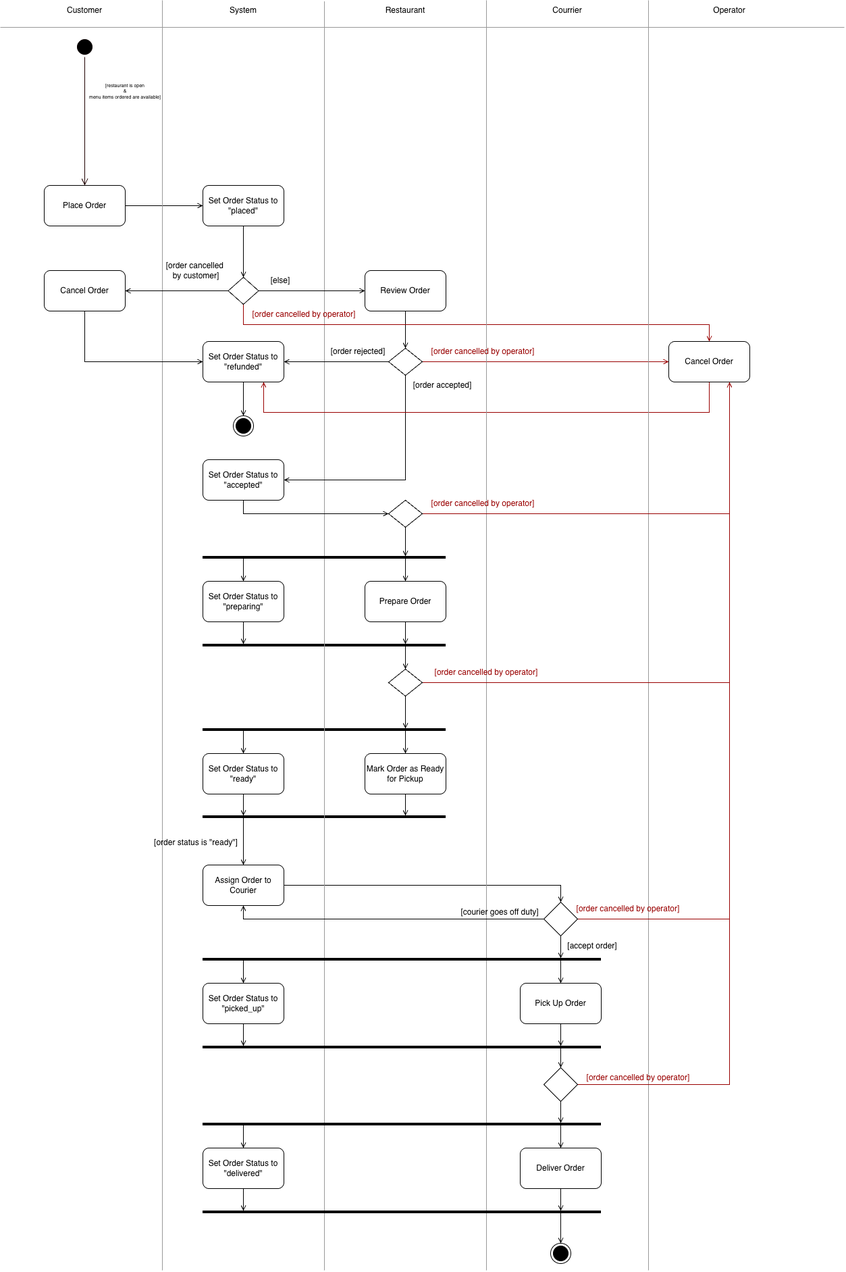
AnaisPerron/SOEN343-Council keeps this draw.io diagram as Documents/Diagrams/activity-diagrams/Activity Diagram - Order.png. Above is the earlier version. Source tidied: cells renumbered, new cells last; positions are measured from the earlier drawing's top-left corner, leaving out a move shared by most shapes.
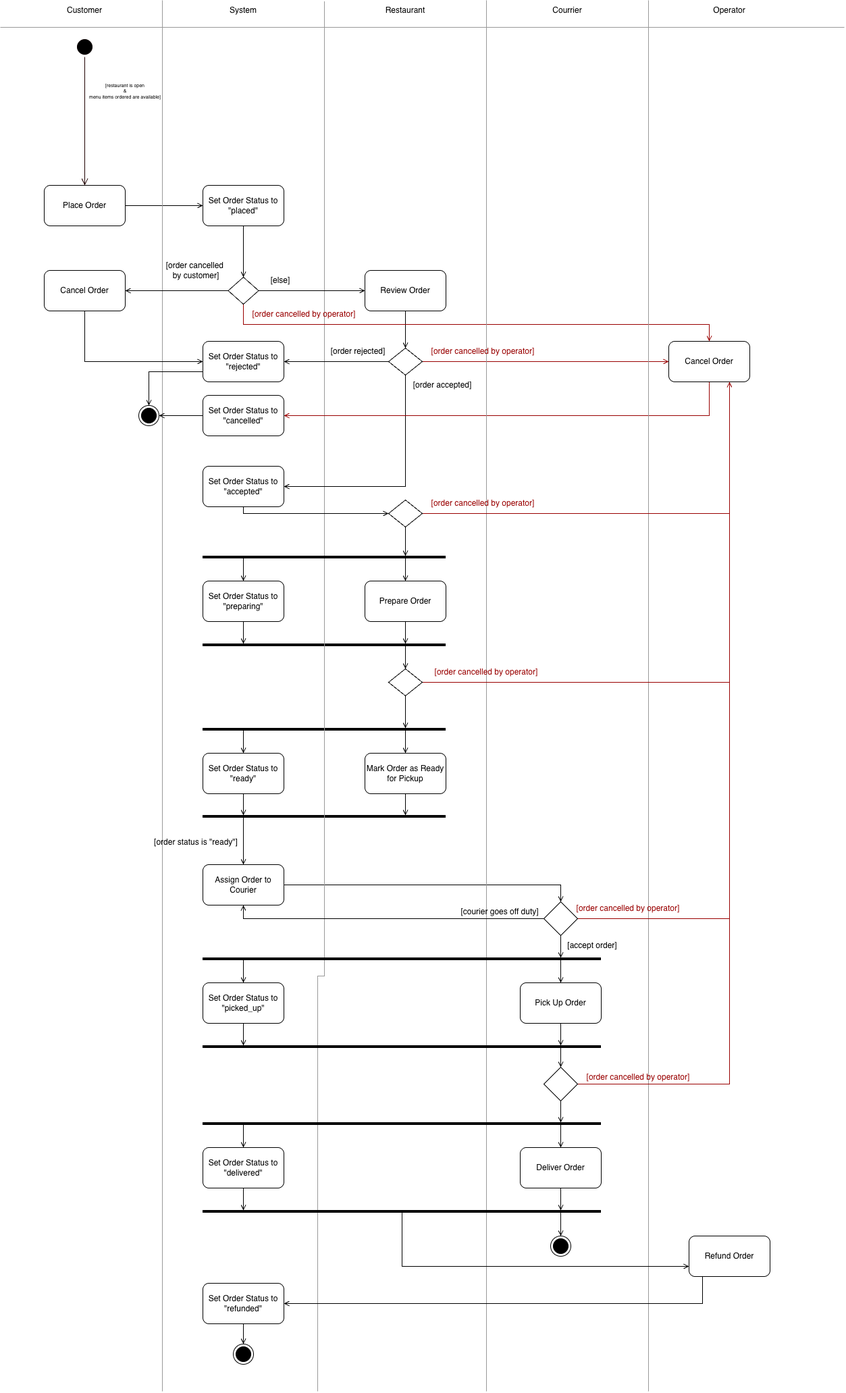
The same file after the commit.

What changed in the source:
```diff
@@ -76,8 +76,8 @@
       </mxGeometry>
     </mxCell>
     <mxCell id="18" style="endArrow=none;html=1;rounded=0;strokeColor=#999999;fontColor=#143642;defaultLabelBackgroundColor=page;edgeStyle=orthogonalEdgeStyle;fillColor=#FAE5C7;" parent="1" edge="1">
-      <mxGeometry x="0.32" relative="1" as="geometry">
-        <mxPoint x="240" y="1880" as="sourcePoint" />
+      <mxGeometry x="0.38" relative="1" as="geometry">
+        <mxPoint x="240" y="2060" as="sourcePoint" />
         <mxPoint x="240" as="targetPoint" />
       </mxGeometry>
     </mxCell>
@@ -92,10 +92,10 @@
       </mxGeometry>
     </mxCell>
     <mxCell id="21" value="Set Order Status to &quot;accepted&quot;" style="rounded=1;whiteSpace=wrap;html=1;roundedPerimeter=1;" parent="1" vertex="1">
-      <mxGeometry x="300" y="680" width="120" height="60" as="geometry" />
+      <mxGeometry x="300" y="690" width="120" height="60" as="geometry" />
     </mxCell>
     <mxCell id="22" style="ellipse;html=1;shape=endState;fillColor=#000000;strokeColor=#000000;fontColor=#143642;" parent="1" vertex="1">
-      <mxGeometry x="345" y="615" width="30" height="30" as="geometry" />
+      <mxGeometry x="205" y="600" width="30" height="30" as="geometry" />
     </mxCell>
     <mxCell id="23" value="[restaurant is open&lt;br&gt;&amp;amp;&lt;br&gt;menu items ordered are available]" style="text;html=1;whiteSpace=wrap;strokeColor=none;fillColor=none;align=center;verticalAlign=middle;rounded=0;fontSize=7;" parent="1" vertex="1">
       <mxGeometry x="85" y="120" width="200" height="30" as="geometry" />
@@ -146,10 +146,10 @@
     <mxCell id="35" value="Cancel Order" style="rounded=1;whiteSpace=wrap;html=1;roundedPerimeter=1;" parent="1" vertex="1">
       <mxGeometry x="65" y="400" width="120" height="60" as="geometry" />
     </mxCell>
-    <mxCell id="36" style="edgeStyle=orthogonalEdgeStyle;shape=connector;rounded=0;jettySize=auto;html=1;exitX=0.5;exitY=1;exitDx=0;exitDy=0;entryX=0.5;entryY=0;entryDx=0;entryDy=0;strokeColor=default;align=center;verticalAlign=middle;fontFamily=Helvetica;fontSize=11;fontColor=default;labelBackgroundColor=default;defaultLabelBackgroundColor=page;endArrow=open;endFill=0;" parent="1" edge="1" source="37" target="22">
+    <mxCell id="36" style="edgeStyle=orthogonalEdgeStyle;shape=connector;rounded=0;jettySize=auto;html=1;exitX=0;exitY=0.75;exitDx=0;exitDy=0;entryX=0.5;entryY=0;entryDx=0;entryDy=0;strokeColor=default;align=center;verticalAlign=middle;fontFamily=Helvetica;fontSize=11;fontColor=default;labelBackgroundColor=default;defaultLabelBackgroundColor=page;labelPadding=0 4;endArrow=open;endFill=0;" parent="1" edge="1" source="37" target="22">
       <mxGeometry relative="1" as="geometry" />
     </mxCell>
-    <mxCell id="37" value="Set Order Status to &quot;refunded&quot;" style="rounded=1;whiteSpace=wrap;html=1;roundedPerimeter=1;" parent="1" vertex="1">
+    <mxCell id="37" value="Set Order Status to &quot;rejected&quot;" style="rounded=1;whiteSpace=wrap;html=1;roundedPerimeter=1;" parent="1" vertex="1">
       <mxGeometry x="300" y="505" width="120" height="60" as="geometry" />
     </mxCell>
     <mxCell id="38" style="edgeStyle=orthogonalEdgeStyle;shape=connector;rounded=0;jettySize=auto;html=1;strokeColor=default;align=center;verticalAlign=middle;fontFamily=Helvetica;fontSize=11;fontColor=default;labelBackgroundColor=default;defaultLabelBackgroundColor=page;endArrow=open;endFill=0;entryX=1;entryY=0.5;entryDx=0;entryDy=0;" parent="1" edge="1" source="41" target="37">
@@ -164,13 +164,8 @@
     <mxCell id="41" style="rhombus;whiteSpace=wrap;html=1;shapeInside=1;" parent="1" vertex="1">
       <mxGeometry x="575" y="515" width="50" height="40" as="geometry" />
     </mxCell>
-    <mxCell id="42" style="edgeStyle=orthogonalEdgeStyle;shape=connector;rounded=0;jettySize=auto;html=1;exitX=0.5;exitY=1;exitDx=0;exitDy=0;entryX=0.75;entryY=1;entryDx=0;entryDy=0;strokeColor=#990000;align=center;verticalAlign=middle;fontFamily=Helvetica;fontSize=11;fontColor=default;labelBackgroundColor=default;defaultLabelBackgroundColor=page;endArrow=open;endFill=0;" parent="1" edge="1" source="43" target="37">
-      <mxGeometry relative="1" as="geometry">
-        <Array as="points">
-          <mxPoint x="1050" y="610" />
-          <mxPoint x="390" y="610" />
-        </Array>
-      </mxGeometry>
+    <mxCell id="42" style="edgeStyle=orthogonalEdgeStyle;shape=connector;rounded=0;jettySize=auto;html=1;exitX=0.5;exitY=1;exitDx=0;exitDy=0;strokeColor=#990000;align=center;verticalAlign=middle;fontFamily=Helvetica;fontSize=11;fontColor=default;labelBackgroundColor=default;defaultLabelBackgroundColor=page;endArrow=open;endFill=0;entryX=1;entryY=0.5;entryDx=0;entryDy=0;" parent="1" edge="1" source="43" target="106">
+      <mxGeometry x="0.39" relative="1" as="geometry" />
     </mxCell>
     <mxCell id="43" value="Cancel Order" style="rounded=1;whiteSpace=wrap;html=1;roundedPerimeter=1;" parent="1" vertex="1">
       <mxGeometry x="990" y="505" width="120" height="60" as="geometry" />
@@ -205,14 +200,14 @@
       <mxGeometry x="390" y="400" width="50" height="30" as="geometry" />
     </mxCell>
     <mxCell id="52" style="endArrow=none;html=1;rounded=0;strokeColor=#999999;fontColor=#143642;defaultLabelBackgroundColor=page;edgeStyle=orthogonalEdgeStyle;fillColor=#FAE5C7;" parent="1" edge="1">
-      <mxGeometry x="0.61" relative="1" as="geometry">
-        <mxPoint x="720" y="1880" as="sourcePoint" />
+      <mxGeometry x="0.65" relative="1" as="geometry">
+        <mxPoint x="720" y="2060" as="sourcePoint" />
         <mxPoint x="720" as="targetPoint" />
       </mxGeometry>
     </mxCell>
     <mxCell id="53" style="endArrow=none;html=1;rounded=0;strokeColor=#999999;fontColor=#143642;defaultLabelBackgroundColor=page;edgeStyle=orthogonalEdgeStyle;fillColor=#FAE5C7;" parent="1" edge="1">
-      <mxGeometry x="0.61" relative="1" as="geometry">
-        <mxPoint x="960" y="1880" as="sourcePoint" />
+      <mxGeometry x="0.65" relative="1" as="geometry">
+        <mxPoint x="960" y="2060" as="sourcePoint" />
         <mxPoint x="960" as="targetPoint" />
       </mxGeometry>
     </mxCell>
@@ -263,8 +258,8 @@
       <mxGeometry x="625" y="505" width="180" height="30" as="geometry" />
     </mxCell>
     <mxCell id="63" style="endArrow=none;html=1;rounded=0;strokeColor=#999999;fontColor=#143642;defaultLabelBackgroundColor=page;edgeStyle=orthogonalEdgeStyle;fillColor=#FAE5C7;" parent="1" edge="1" target="64">
-      <mxGeometry x="0.65" relative="1" as="geometry">
-        <mxPoint x="480" y="1880" as="sourcePoint" />
+      <mxGeometry x="0.7" relative="1" as="geometry">
+        <mxPoint x="470" y="2060" as="sourcePoint" />
       </mxGeometry>
     </mxCell>
     <mxCell id="64" style="line;strokeWidth=4;html=1;perimeter=backbonePerimeter;points=[];outlineConnect=0;" parent="1" vertex="1">
@@ -396,6 +391,13 @@
         </Array>
       </mxGeometry>
     </mxCell>
+    <mxCell id="104" style="edgeStyle=orthogonalEdgeStyle;shape=connector;rounded=0;jettySize=auto;html=1;strokeColor=default;align=center;verticalAlign=middle;fontFamily=Helvetica;fontSize=11;fontColor=default;labelBackgroundColor=default;defaultLabelBackgroundColor=page;labelPadding=0 4;endArrow=open;endFill=0;entryX=0;entryY=0.75;entryDx=0;entryDy=0;" parent="1" edge="1" source="89" target="110">
+      <mxGeometry x="-0.5" relative="1" as="geometry">
+        <Array as="points">
+          <mxPoint x="595" y="1875" />
+        </Array>
+      </mxGeometry>
+    </mxCell>
     <mxCell id="89" style="line;strokeWidth=4;html=1;perimeter=backbonePerimeter;points=[];outlineConnect=0;" parent="1" vertex="1">
       <mxGeometry x="300" y="1789" width="590" height="10" as="geometry" />
     </mxCell>
@@ -454,7 +456,33 @@
       <mxGeometry x="855" y="1580" width="180" height="30" as="geometry" />
     </mxCell>
     <mxCell id="103" style="ellipse;html=1;shape=endState;fillColor=#000000;strokeColor=#000000;fontColor=#143642;" parent="1" vertex="1">
-      <mxGeometry x="815" y="1840" width="30" height="30" as="geometry" />
+      <mxGeometry x="815" y="1830" width="30" height="30" as="geometry" />
     </mxCell>
+    <mxCell id="105" style="edgeStyle=orthogonalEdgeStyle;shape=connector;rounded=0;jettySize=auto;html=1;exitX=0;exitY=0.5;exitDx=0;exitDy=0;entryX=1;entryY=0.5;entryDx=0;entryDy=0;strokeColor=default;align=center;verticalAlign=middle;fontFamily=Helvetica;fontSize=11;fontColor=default;labelBackgroundColor=default;defaultLabelBackgroundColor=page;labelPadding=0 4;endArrow=open;endFill=0;" parent="1" edge="1" source="106" target="22">
+      <mxGeometry relative="1" as="geometry" />
+    </mxCell>
+    <mxCell id="106" value="Set Order Status to &quot;cancelled&quot;" style="rounded=1;whiteSpace=wrap;html=1;roundedPerimeter=1;" parent="1" vertex="1">
+      <mxGeometry x="300" y="585" width="120" height="60" as="geometry" />
+    </mxCell>
+    <mxCell id="107" style="edgeStyle=orthogonalEdgeStyle;shape=connector;rounded=0;jettySize=auto;html=1;entryX=0.5;entryY=0;entryDx=0;entryDy=0;strokeColor=default;align=center;verticalAlign=middle;fontFamily=Helvetica;fontSize=11;fontColor=default;labelBackgroundColor=default;defaultLabelBackgroundColor=page;labelPadding=0 4;endArrow=open;endFill=0;" parent="1" edge="1" source="108" target="111">
+      <mxGeometry relative="1" as="geometry" />
+    </mxCell>
+    <mxCell id="108" value="Set Order Status to &quot;refunded&quot;" style="rounded=1;whiteSpace=wrap;html=1;roundedPerimeter=1;" parent="1" vertex="1">
+      <mxGeometry x="300" y="1900" width="120" height="60" as="geometry" />
+    </mxCell>
+    <mxCell id="109" style="edgeStyle=orthogonalEdgeStyle;shape=connector;rounded=0;jettySize=auto;html=1;entryX=1;entryY=0.5;entryDx=0;entryDy=0;strokeColor=default;align=center;verticalAlign=middle;fontFamily=Helvetica;fontSize=11;fontColor=default;labelBackgroundColor=default;defaultLabelBackgroundColor=page;labelPadding=0 4;endArrow=open;endFill=0;" parent="1" edge="1" source="110" target="108">
+      <mxGeometry relative="1" as="geometry">
+        <Array as="points">
+          <mxPoint x="1040" y="1930" />
+          <mxPoint x="420" y="1930" />
+        </Array>
+      </mxGeometry>
+    </mxCell>
+    <mxCell id="110" value="Refund Order" style="rounded=1;whiteSpace=wrap;html=1;roundedPerimeter=1;" parent="1" vertex="1">
+      <mxGeometry x="1020" y="1830" width="120" height="60" as="geometry" />
+    </mxCell>
+    <mxCell id="111" style="ellipse;html=1;shape=endState;fillColor=#000000;strokeColor=#000000;fontColor=#143642;" parent="1" vertex="1">
+      <mxGeometry x="345" y="1990" width="30" height="30" as="geometry" />
+    </mxCell>
   </root>
 </mxGraphModel>
```
